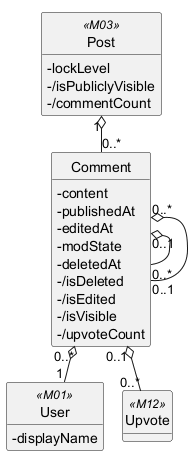
Before: .agents/.claude/system_analysis/output/data-model/ec/diagrams/EC-M04.png, a diagram exported from PlantUML (ducsiukap/iShare).
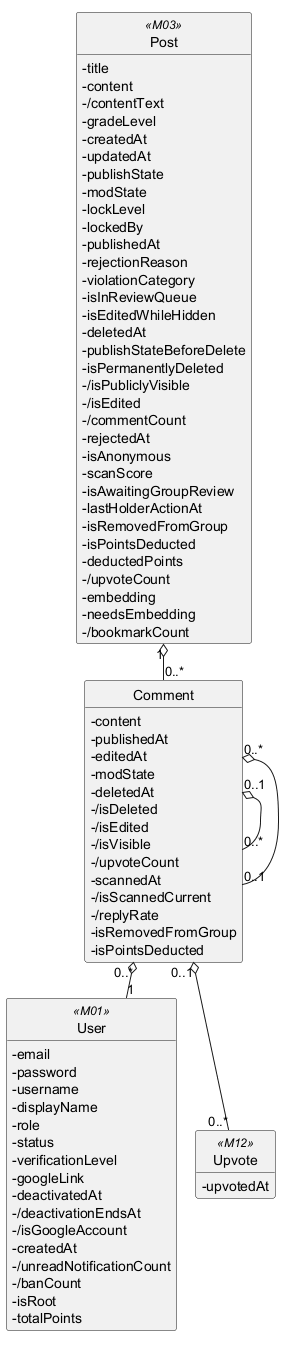
After the change.

The edit, as a diff of the source:
```diff
@@ -14,16 +14,67 @@
   -/isEdited
   -/isVisible
   -/upvoteCount
+  -scannedAt
+  -/isScannedCurrent
+  -/replyRate
+  -isRemovedFromGroup
+  -isPointsDeducted
 }
 class Post <<M03>> {
+  -title
+  -content
+  -/contentText
+  -gradeLevel
+  -createdAt
+  -updatedAt
+  -publishState
+  -modState
   -lockLevel
+  -lockedBy
+  -publishedAt
+  -rejectionReason
+  -violationCategory
+  -isInReviewQueue
+  -isEditedWhileHidden
+  -deletedAt
+  -publishStateBeforeDelete
+  -isPermanentlyDeleted
   -/isPubliclyVisible
+  -/isEdited
   -/commentCount
+  -rejectedAt
+  -isAnonymous
+  -scanScore
+  -isAwaitingGroupReview
+  -lastHolderActionAt
+  -isRemovedFromGroup
+  -isPointsDeducted
+  -deductedPoints
+  -/upvoteCount
+  -embedding
+  -needsEmbedding
+  -/bookmarkCount
 }
 class User <<M01>> {
+  -email
+  -password
+  -username
   -displayName
+  -role
+  -status
+  -verificationLevel
+  -googleLink
+  -deactivatedAt
+  -/deactivationEndsAt
+  -/isGoogleAccount
+  -createdAt
+  -/unreadNotificationCount
+  -/banCount
+  -isRoot
+  -totalPoints
 }
 class Upvote <<M12>> {
+  -upvotedAt
 }
 
 Post "1" o-- "0..*" Comment
```
